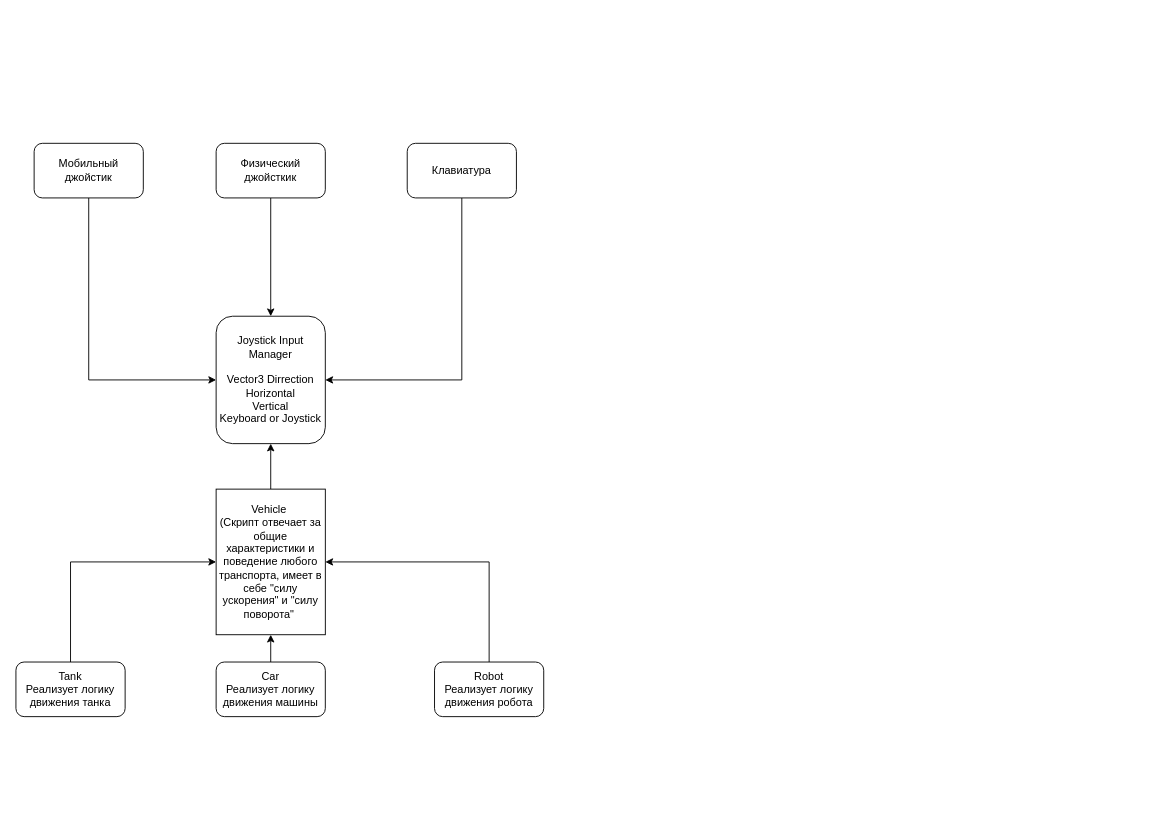
This is Control system.drawio from Ziller90/BENZIN, a draw.io file, before an edit. Source tidied: cells renumbered, new cells numbered last; positions are measured from the earlier drawing's top-left corner, leaving out a move shared by most shapes. Both pictures are drawn from the tidied source at 91%, with x=0, y=0 at pixel (15, 143).
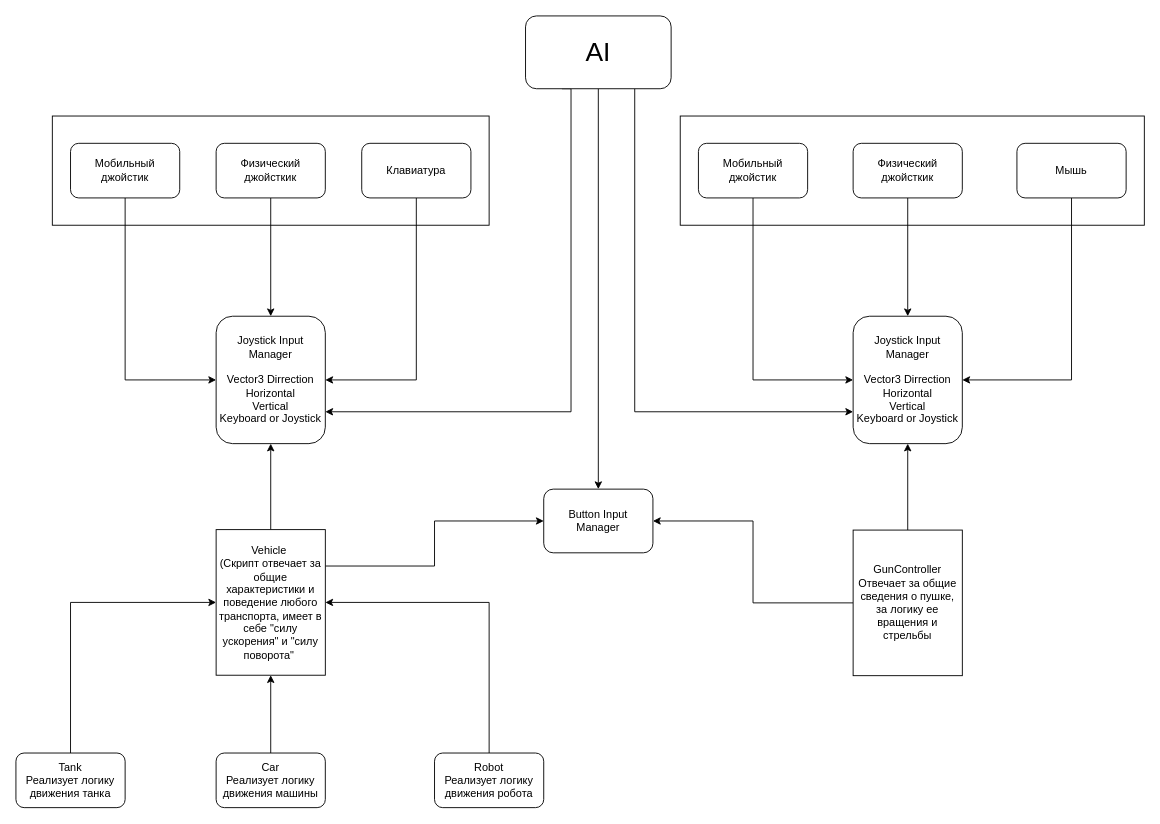
After the change.

Unchanged cells that the change refers to:
```xml
<mxCell id="2" value="Joystick Input Manager&lt;br&gt;&lt;br&gt;Vector3 Dirrection&lt;br&gt;Horizontal&lt;br&gt;Vertical&lt;br&gt;Keyboard or Joystick" style="rounded=1;whiteSpace=wrap;html=1;" parent="1" vertex="1">
  <mxGeometry x="220" y="190" width="120" height="140" as="geometry" />
</mxCell>
```

What changed in the source:
```diff
@@
+    <mxCell id="17" style="rounded=0;whiteSpace=wrap;html=1;fontSize=28;verticalAlign=top;" parent="1" vertex="1">
+      <mxGeometry x="730" y="-30" width="510" height="120" as="geometry" />
+    </mxCell>
+    <mxCell id="18" style="rounded=0;whiteSpace=wrap;html=1;fontSize=28;verticalAlign=top;" parent="1" vertex="1">
+      <mxGeometry x="40" y="-30" width="480" height="120" as="geometry" />
+    </mxCell>
@@
     <mxCell id="4" value="Мобильный джойстик" style="rounded=1;whiteSpace=wrap;html=1;" parent="1" vertex="1">
-      <mxGeometry x="20" width="120" height="60" as="geometry" />
+      <mxGeometry x="60" width="120" height="60" as="geometry" />
     </mxCell>
@@
     <mxCell id="8" value="Клавиатура" style="rounded=1;whiteSpace=wrap;html=1;" parent="1" vertex="1">
-      <mxGeometry x="430" width="120" height="60" as="geometry" />
+      <mxGeometry x="380" width="120" height="60" as="geometry" />
     </mxCell>
@@
+    <mxCell id="19" style="edgeStyle=orthogonalEdgeStyle;rounded=0;jettySize=auto;html=1;exitX=1;exitY=0.25;exitDx=0;exitDy=0;entryX=0;entryY=0.5;entryDx=0;entryDy=0;fontSize=12;" parent="1" edge="1" source="10" target="34">
+      <mxGeometry relative="1" as="geometry" />
+    </mxCell>
     <mxCell id="10" value="Vehicle&amp;nbsp;&lt;br&gt;(Скрипт отвечает за общие характеристики и поведение любого транспорта, имеет в себе &quot;силу ускорения&quot; и &quot;силу поворота&quot;&amp;nbsp;" style="rounded=0;whiteSpace=wrap;html=1;" parent="1" vertex="1">
-      <mxGeometry x="220" y="380" width="120" height="160" as="geometry" />
+      <mxGeometry x="220" y="424.5" width="120" height="160" as="geometry" />
     </mxCell>
@@
     <mxCell id="12" value="Tank&lt;br&gt;Реализует логику движения танка" style="rounded=1;whiteSpace=wrap;html=1;" parent="1" vertex="1">
-      <mxGeometry y="570" width="120" height="60" as="geometry" />
+      <mxGeometry y="670" width="120" height="60" as="geometry" />
     </mxCell>
@@
     <mxCell id="14" value="Car&lt;br&gt;Реализует логику движения машины" style="rounded=1;whiteSpace=wrap;html=1;" parent="1" vertex="1">
-      <mxGeometry x="220" y="570" width="120" height="60" as="geometry" />
+      <mxGeometry x="220" y="670" width="120" height="60" as="geometry" />
     </mxCell>
@@
     <mxCell id="16" value="Robot&lt;br&gt;Реализует логику движения робота" style="rounded=1;whiteSpace=wrap;html=1;" parent="1" vertex="1">
-      <mxGeometry x="460" y="570" width="120" height="60" as="geometry" />
+      <mxGeometry x="460" y="670" width="120" height="60" as="geometry" />
     </mxCell>
+    <mxCell id="20" style="edgeStyle=orthogonalEdgeStyle;rounded=0;jettySize=auto;html=1;exitX=0.25;exitY=1;exitDx=0;exitDy=0;entryX=1;entryY=0.75;entryDx=0;entryDy=0;fontSize=12;" parent="1" edge="1" source="23" target="2">
+      <mxGeometry relative="1" as="geometry">
+        <Array as="points">
+          <mxPoint x="610" y="295" />
+        </Array>
+      </mxGeometry>
+    </mxCell>
+    <mxCell id="21" style="edgeStyle=orthogonalEdgeStyle;rounded=0;jettySize=auto;html=1;exitX=0.75;exitY=1;exitDx=0;exitDy=0;entryX=0;entryY=0.75;entryDx=0;entryDy=0;fontSize=12;" parent="1" edge="1" source="23" target="30">
+      <mxGeometry relative="1" as="geometry" />
+    </mxCell>
+    <mxCell id="22" style="edgeStyle=orthogonalEdgeStyle;rounded=0;jettySize=auto;html=1;exitX=0.5;exitY=1;exitDx=0;exitDy=0;entryX=0.5;entryY=0;entryDx=0;entryDy=0;fontSize=12;" parent="1" edge="1" source="23" target="34">
+      <mxGeometry relative="1" as="geometry" />
+    </mxCell>
+    <mxCell id="23" value="&lt;font style=&quot;font-size: 29px&quot;&gt;AI&lt;/font&gt;" style="rounded=1;whiteSpace=wrap;html=1;" parent="1" vertex="1">
+      <mxGeometry x="560" y="-140" width="160" height="80" as="geometry" />
+    </mxCell>
+    <mxCell id="24" style="edgeStyle=orthogonalEdgeStyle;rounded=0;jettySize=auto;html=1;exitX=0.5;exitY=1;exitDx=0;exitDy=0;entryX=0;entryY=0.5;entryDx=0;entryDy=0;fontSize=12;" parent="1" edge="1" source="25" target="30">
+      <mxGeometry relative="1" as="geometry" />
+    </mxCell>
+    <mxCell id="25" value="Мобильный джойстик" style="rounded=1;whiteSpace=wrap;html=1;" parent="1" vertex="1">
+      <mxGeometry x="750" width="120" height="60" as="geometry" />
+    </mxCell>
+    <mxCell id="26" style="edgeStyle=orthogonalEdgeStyle;rounded=0;jettySize=auto;html=1;exitX=0.5;exitY=1;exitDx=0;exitDy=0;entryX=0.5;entryY=0;entryDx=0;entryDy=0;fontSize=12;" parent="1" edge="1" source="27" target="30">
+      <mxGeometry relative="1" as="geometry" />
+    </mxCell>
+    <mxCell id="27" value="Физический джойсткик" style="rounded=1;whiteSpace=wrap;html=1;" parent="1" vertex="1">
+      <mxGeometry x="920" width="120" height="60" as="geometry" />
+    </mxCell>
+    <mxCell id="28" style="edgeStyle=orthogonalEdgeStyle;rounded=0;jettySize=auto;html=1;exitX=0.5;exitY=1;exitDx=0;exitDy=0;entryX=1;entryY=0.5;entryDx=0;entryDy=0;fontSize=12;" parent="1" edge="1" source="29" target="30">
+      <mxGeometry relative="1" as="geometry" />
+    </mxCell>
+    <mxCell id="29" value="Мышь" style="rounded=1;whiteSpace=wrap;html=1;" parent="1" vertex="1">
+      <mxGeometry x="1100" width="120" height="60" as="geometry" />
+    </mxCell>
+    <mxCell id="30" value="Joystick Input Manager&lt;br&gt;&lt;br&gt;Vector3 Dirrection&lt;br&gt;Horizontal&lt;br&gt;Vertical&lt;br&gt;Keyboard or Joystick" style="rounded=1;whiteSpace=wrap;html=1;" parent="1" vertex="1">
+      <mxGeometry x="920" y="190" width="120" height="140" as="geometry" />
+    </mxCell>
+    <mxCell id="31" style="edgeStyle=orthogonalEdgeStyle;rounded=0;jettySize=auto;html=1;exitX=0.5;exitY=0;exitDx=0;exitDy=0;entryX=0.5;entryY=1;entryDx=0;entryDy=0;fontSize=12;" parent="1" edge="1" source="33" target="30">
+      <mxGeometry relative="1" as="geometry" />
+    </mxCell>
+    <mxCell id="32" style="edgeStyle=orthogonalEdgeStyle;rounded=0;jettySize=auto;html=1;exitX=0;exitY=0.5;exitDx=0;exitDy=0;entryX=1;entryY=0.5;entryDx=0;entryDy=0;fontSize=12;" parent="1" edge="1" source="33" target="34">
+      <mxGeometry relative="1" as="geometry" />
+    </mxCell>
+    <mxCell id="33" value="GunController&lt;br&gt;Отвечает за общие сведения о пушке, за логику ее вращения и стрельбы" style="rounded=0;whiteSpace=wrap;html=1;" parent="1" vertex="1">
+      <mxGeometry x="920" y="425" width="120" height="160" as="geometry" />
+    </mxCell>
+    <mxCell id="34" value="Button Input &lt;br&gt;Manager" style="rounded=1;whiteSpace=wrap;html=1;fontSize=12;verticalAlign=middle;align=center;" parent="1" vertex="1">
+      <mxGeometry x="580" y="380" width="120" height="70" as="geometry" />
+    </mxCell>
```
